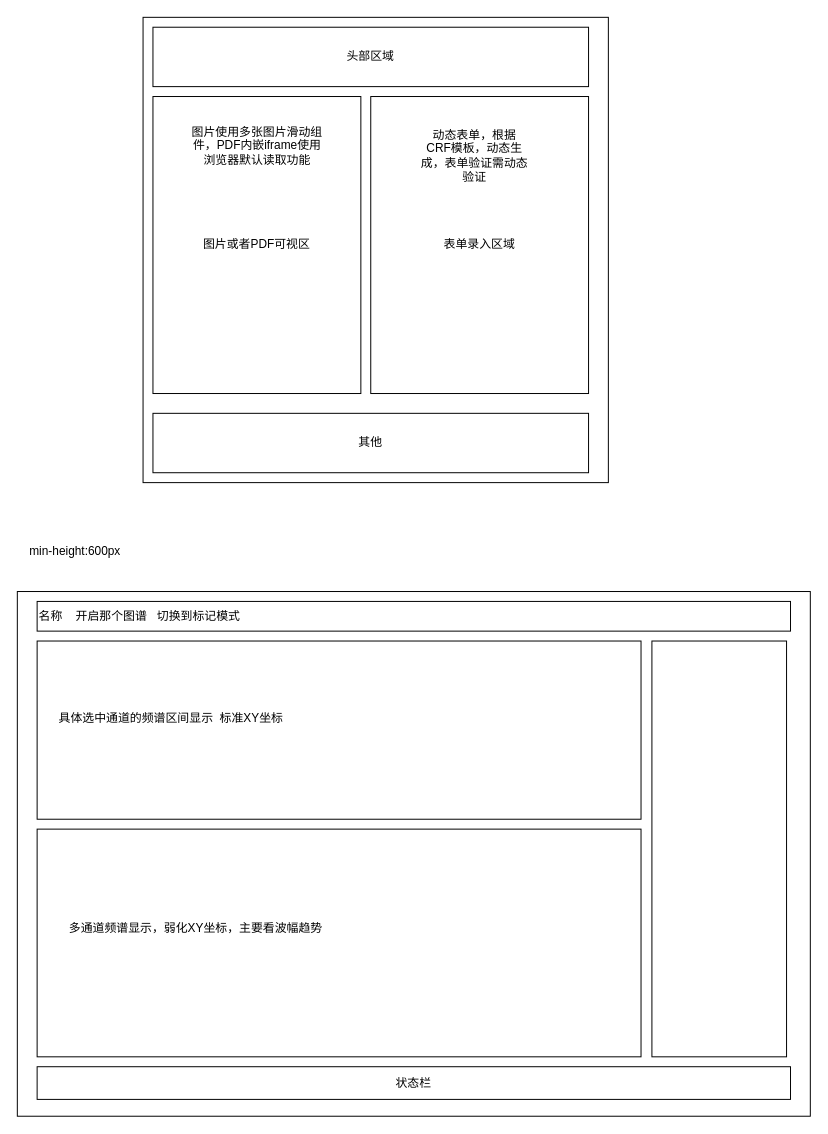
Above: save/Untitled Diagram.drawio in chenweihan/UML (draw.io), before the change. Source tidied: cells renumbered, new cells numbered last; positions are measured from the earlier drawing's top-left corner, leaving out a move shared by most shapes. Both pictures are drawn from the tidied source at 99%, with x=0, y=0 at pixel (17, 17).
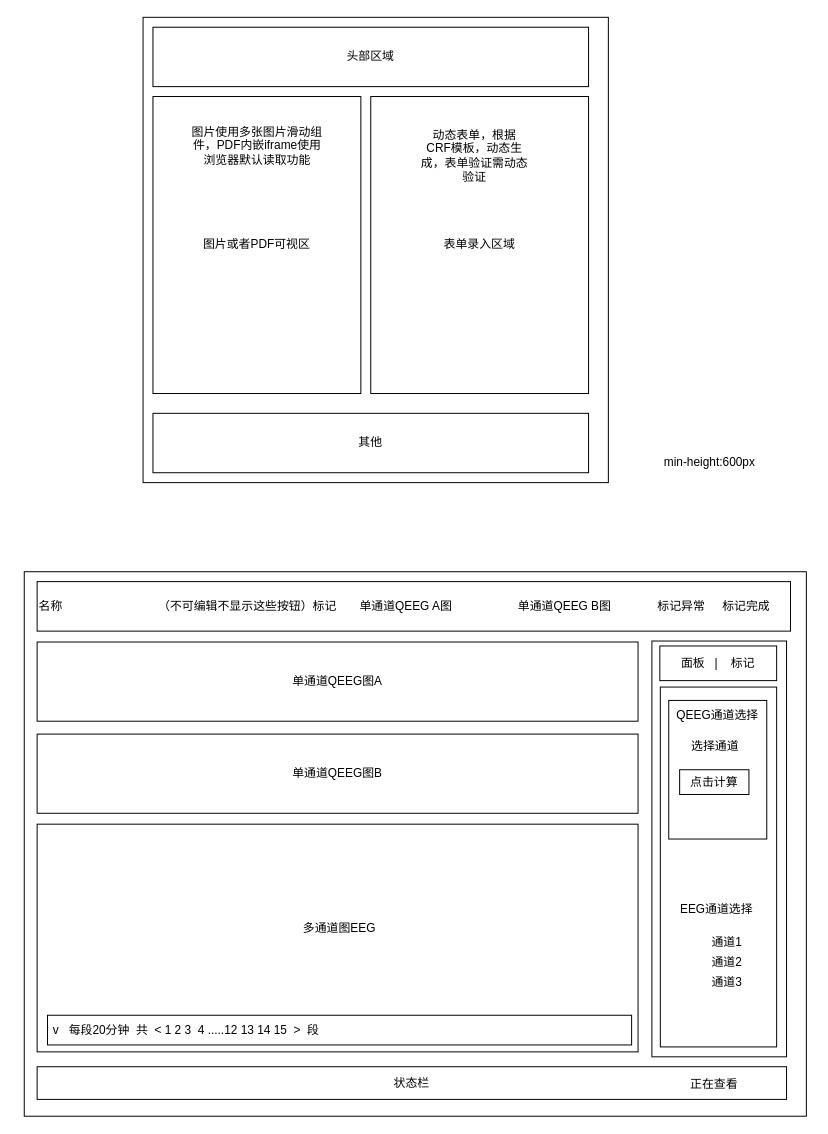
The same page after the edit.

Change to the diagram source:
```diff
@@
     <mxCell id="9" style="rounded=0;whiteSpace=wrap;html=1;" parent="1" vertex="1">
-      <mxGeometry y="580" width="801" height="530" as="geometry" />
+      <mxGeometry x="7" y="560" width="790" height="550" as="geometry" />
     </mxCell>
     <mxCell id="10" style="rounded=0;whiteSpace=wrap;html=1;" parent="1" vertex="1">
-      <mxGeometry x="20" y="820" width="610" height="230" as="geometry" />
+      <mxGeometry x="20" y="815" width="607" height="230" as="geometry" />
     </mxCell>
-    <mxCell id="11" value="多通道频谱显示，弱化XY坐标，主要看波幅趋势" style="text;html=1;strokeColor=none;fillColor=none;align=center;verticalAlign=middle;whiteSpace=wrap;rounded=0;" parent="1" vertex="1">
-      <mxGeometry x="40" y="910" width="281" height="20" as="geometry" />
+    <mxCell id="11" value="多通道图EEG" style="text;html=1;strokeColor=none;fillColor=none;align=center;verticalAlign=middle;whiteSpace=wrap;rounded=0;" parent="1" vertex="1">
+      <mxGeometry x="237" y="910" width="177" height="20" as="geometry" />
     </mxCell>
-    <mxCell id="12" style="rounded=0;whiteSpace=wrap;html=1;" parent="1" vertex="1">
-      <mxGeometry x="20" y="630" width="610" height="180" as="geometry" />
+    <mxCell id="12" value="单通道QEEG图A" style="rounded=0;whiteSpace=wrap;html=1;" parent="1" vertex="1">
+      <mxGeometry x="20" y="631" width="607" height="80" as="geometry" />
     </mxCell>
-    <mxCell id="13" value="具体选中通道的频谱区间显示&amp;nbsp; 标准XY坐标" style="text;html=1;strokeColor=none;fillColor=none;align=center;verticalAlign=middle;whiteSpace=wrap;rounded=0;" parent="1" vertex="1">
-      <mxGeometry x="40" y="695" width="231" height="25" as="geometry" />
-    </mxCell>
-    <mxCell id="14" value="名称&amp;nbsp; &amp;nbsp; 开启那个图谱&amp;nbsp; &amp;nbsp;切换到标记模式" style="rounded=0;whiteSpace=wrap;html=1;align=left;" parent="1" vertex="1">
-      <mxGeometry x="20" y="590" width="761" height="30" as="geometry" />
+    <mxCell id="14" value="名称&amp;nbsp; &amp;nbsp; &amp;nbsp; &amp;nbsp; &amp;nbsp; &amp;nbsp; &amp;nbsp; &amp;nbsp; &amp;nbsp; &amp;nbsp; &amp;nbsp; &amp;nbsp; &amp;nbsp; &amp;nbsp; &amp;nbsp;（不可编辑不显示这些按钮）标记&amp;nbsp; &amp;nbsp; &amp;nbsp; &amp;nbsp;单通道QEEG A图&amp;nbsp; &amp;nbsp; &amp;nbsp; &amp;nbsp; &amp;nbsp; &amp;nbsp; &amp;nbsp; &amp;nbsp; &amp;nbsp; &amp;nbsp; 单通道QEEG B图&amp;nbsp;" style="rounded=0;whiteSpace=wrap;html=1;align=left;" parent="1" vertex="1">
+      <mxGeometry x="20" y="570" width="761" height="50" as="geometry" />
     </mxCell>
     <mxCell id="15" value="状态栏" style="rounded=0;whiteSpace=wrap;html=1;" parent="1" vertex="1">
-      <mxGeometry x="20" y="1060" width="761" height="33" as="geometry" />
+      <mxGeometry x="20" y="1060" width="757" height="33" as="geometry" />
     </mxCell>
@@
     <mxCell id="17" value="min-height:600px" style="text;html=1;strokeColor=none;fillColor=none;align=center;verticalAlign=middle;whiteSpace=wrap;rounded=0;" parent="1" vertex="1">
-      <mxGeometry y="520" width="117" height="40" as="geometry" />
+      <mxGeometry x="641" y="430" width="117" height="40" as="geometry" />
     </mxCell>
+    <mxCell id="18" value="面板&amp;nbsp; &amp;nbsp;|&amp;nbsp; &amp;nbsp; 标记" style="rounded=0;whiteSpace=wrap;html=1;" parent="1" vertex="1">
+      <mxGeometry x="649" y="635" width="118" height="35" as="geometry" />
+    </mxCell>
+    <mxCell id="19" style="rounded=0;whiteSpace=wrap;html=1;" parent="1" vertex="1">
+      <mxGeometry x="649.5" y="676.5" width="117.5" height="363.5" as="geometry" />
+    </mxCell>
+    <mxCell id="20" value="单通道QEEG图B" style="rounded=0;whiteSpace=wrap;html=1;" parent="1" vertex="1">
+      <mxGeometry x="20" y="724" width="607" height="80" as="geometry" />
+    </mxCell>
+    <mxCell id="21" value="&amp;nbsp;v&amp;nbsp; &amp;nbsp;每段20分钟&amp;nbsp; 共&amp;nbsp; &amp;lt; 1 2 3&amp;nbsp; 4 .....12 13 14 15&amp;nbsp; &amp;gt;&amp;nbsp; 段" style="rounded=0;whiteSpace=wrap;html=1;align=left;" parent="1" vertex="1">
+      <mxGeometry x="30.5" y="1008" width="590" height="30" as="geometry" />
+    </mxCell>
+    <mxCell id="22" value="正在查看" style="text;html=1;strokeColor=none;fillColor=none;align=center;verticalAlign=middle;whiteSpace=wrap;rounded=0;" parent="1" vertex="1">
+      <mxGeometry x="641" y="1068" width="126" height="20" as="geometry" />
+    </mxCell>
+    <mxCell id="23" value="标记完成" style="text;html=1;strokeColor=none;fillColor=none;align=center;verticalAlign=middle;whiteSpace=wrap;rounded=0;" parent="1" vertex="1">
+      <mxGeometry x="692" y="585" width="89" height="20" as="geometry" />
+    </mxCell>
+    <mxCell id="24" value="标记异常" style="text;html=1;strokeColor=none;fillColor=none;align=center;verticalAlign=middle;whiteSpace=wrap;rounded=0;" parent="1" vertex="1">
+      <mxGeometry x="641" y="585" width="60" height="20" as="geometry" />
+    </mxCell>
+    <mxCell id="25" style="rounded=0;whiteSpace=wrap;html=1;" parent="1" vertex="1">
+      <mxGeometry x="658" y="690" width="99" height="140" as="geometry" />
+    </mxCell>
+    <mxCell id="26" value="EEG通道选择" style="text;html=1;strokeColor=none;fillColor=none;align=center;verticalAlign=middle;whiteSpace=wrap;rounded=0;" parent="1" vertex="1">
+      <mxGeometry x="659.5" y="893" width="92.5" height="15" as="geometry" />
+    </mxCell>
+    <mxCell id="27" value="QEEG通道选择" style="text;html=1;strokeColor=none;fillColor=none;align=center;verticalAlign=middle;whiteSpace=wrap;rounded=0;" parent="1" vertex="1">
+      <mxGeometry x="663" y="700" width="89" height="10" as="geometry" />
+    </mxCell>
+    <mxCell id="28" value="选择通道" style="text;html=1;strokeColor=none;fillColor=none;align=center;verticalAlign=middle;whiteSpace=wrap;rounded=0;" parent="1" vertex="1">
+      <mxGeometry x="663" y="724" width="84" height="26" as="geometry" />
+    </mxCell>
+    <mxCell id="29" value="点击计算" style="rounded=0;whiteSpace=wrap;html=1;" parent="1" vertex="1">
+      <mxGeometry x="669" y="760" width="70" height="25" as="geometry" />
+    </mxCell>
+    <mxCell id="30" value="通道1" style="text;html=1;strokeColor=none;fillColor=none;align=center;verticalAlign=middle;whiteSpace=wrap;rounded=0;" parent="1" vertex="1">
+      <mxGeometry x="687" y="920" width="60" height="30" as="geometry" />
+    </mxCell>
+    <mxCell id="31" value="通道2" style="text;html=1;strokeColor=none;fillColor=none;align=center;verticalAlign=middle;whiteSpace=wrap;rounded=0;" parent="1" vertex="1">
+      <mxGeometry x="687" y="940" width="60" height="30" as="geometry" />
+    </mxCell>
+    <mxCell id="32" value="通道3" style="text;html=1;strokeColor=none;fillColor=none;align=center;verticalAlign=middle;whiteSpace=wrap;rounded=0;" parent="1" vertex="1">
+      <mxGeometry x="687" y="960" width="60" height="30" as="geometry" />
+    </mxCell>
```
